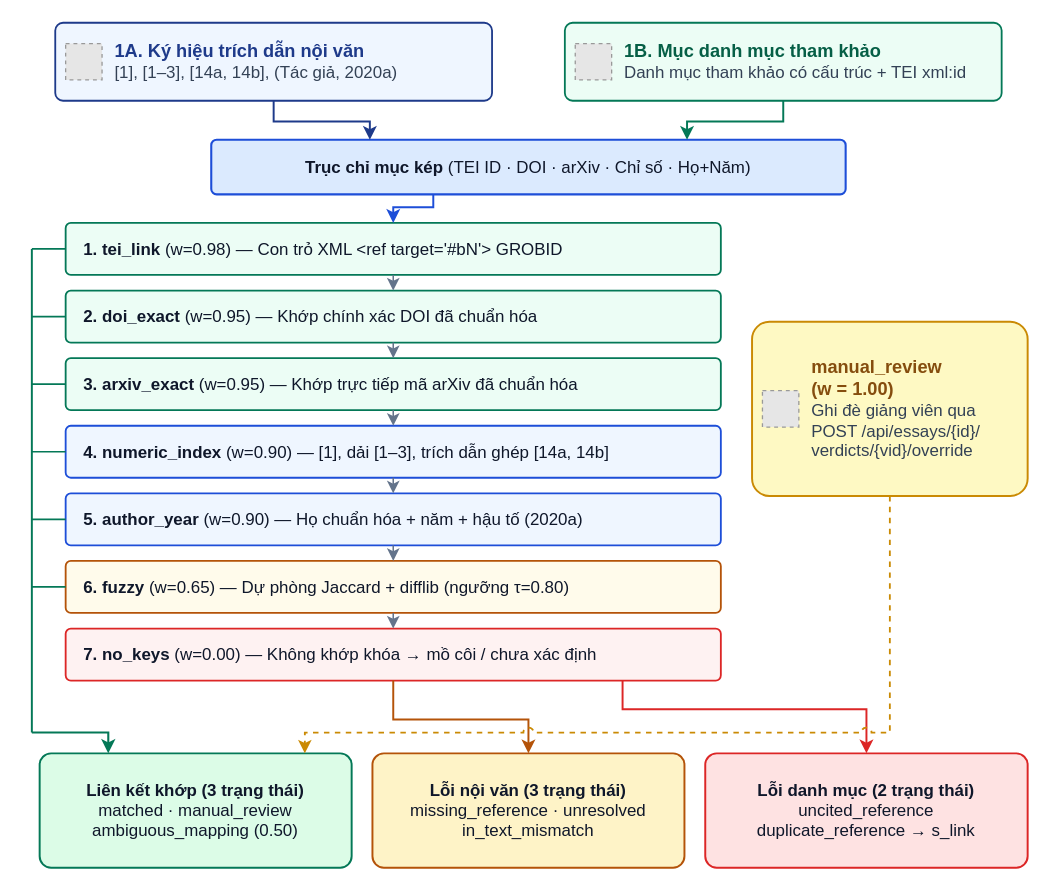
Before: page "fig4_3_linking" (8 of 12) of FinalReport_TDTU_VN/picture/figures/drawio/citra_thesis_diagrams.drawio in iannwendy/citra, a draw.io diagram. Source tidied: cells renumbered, new cells numbered last; positions are measured from the earlier drawing's top-left corner, leaving out a move shared by most shapes. Both pictures are drawn from the tidied source at 130%, with x=0, y=0 at pixel (31, 22). Pictures stored in the file or linked from it are replaced by grey dashed boxes.
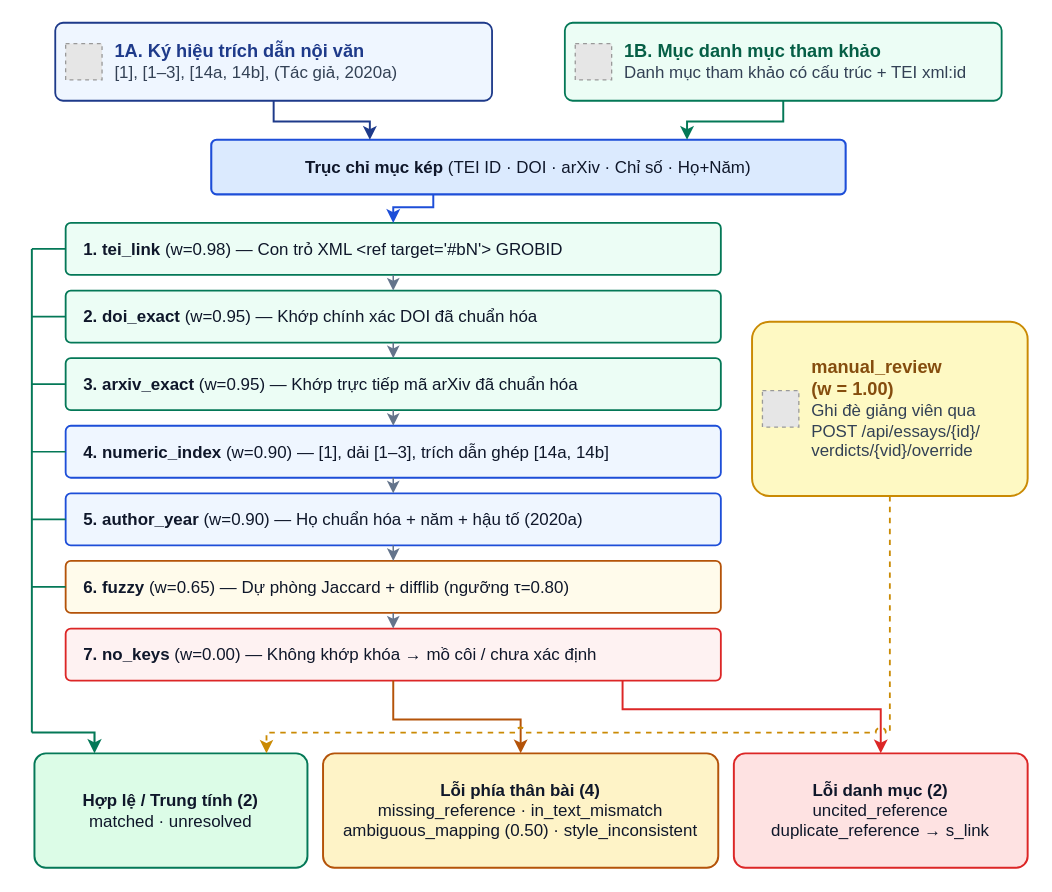
Above is the later version.

The change refers to these unchanged cells:
```xml
<mxCell id="21" value="&lt;b&gt;7. no_keys&lt;/b&gt; (w=0.00)  —  Không khớp khóa → mồ côi / chưa xác định" style="rounded=1;arcSize=10;whiteSpace=wrap;html=1;fillColor=#FEF2F2;strokeColor=#DC2626;strokeWidth=1.4;dashed=0;fontFamily=Helvetica;fontSize=13;fontColor=#0F172A;fontStyle=0;align=left;verticalAlign=middle;spacing=4;spacingLeft=10;" parent="1" vertex="1">
  <mxGeometry x="26" y="466" width="504" height="40" as="geometry" />
</mxCell>
<mxCell id="30" value="&lt;b&gt;&lt;font color='#854D0E' style='font-size:14px'&gt;manual_review&#10;(w = 1.00)&lt;/font&gt;&lt;/b&gt;&lt;br/&gt;&lt;font color='#334155' style='font-size:13px'&gt;Ghi đè giảng viên qua&lt;br/&gt;POST /api/essays/{id}/&lt;br/&gt;verdicts/{vid}/override&lt;/font&gt;" style="rounded=1;arcSize=10;whiteSpace=wrap;html=1;fillColor=#FEF9C3;strokeColor=#CA8A04;strokeWidth=1.5;dashed=0;fontFamily=Helvetica;fontSize=13;fontColor=#0F172A;fontStyle=0;align=left;verticalAlign=middle;spacing=4;spacingLeft=42;spacingRight=6;" parent="1" vertex="1">
  <mxGeometry x="554" y="230" width="212" height="134" as="geometry" />
</mxCell>
```

Change to the diagram source:
```diff
@@
-    <mxCell id="32" value="&lt;b&gt;Liên kết khớp (3 trạng thái)&lt;/b&gt;&lt;br/&gt;matched · manual_review&lt;br/&gt;ambiguous_mapping (0.50)" style="rounded=1;arcSize=10;whiteSpace=wrap;html=1;fillColor=#DCFCE7;strokeColor=#047857;strokeWidth=1.5;dashed=0;fontFamily=Helvetica;fontSize=13;fontColor=#0F172A;fontStyle=0;align=center;verticalAlign=middle;spacing=4;" parent="1" vertex="1">
-      <mxGeometry x="6" y="562" width="240" height="88" as="geometry" />
+    <mxCell id="32" value="&lt;b&gt;Hợp lệ / Trung tính (2)&lt;/b&gt;&lt;br/&gt;matched · unresolved" style="rounded=1;arcSize=10;whiteSpace=wrap;html=1;fillColor=#DCFCE7;strokeColor=#047857;strokeWidth=1.5;dashed=0;fontFamily=Helvetica;fontSize=13;fontColor=#0F172A;fontStyle=0;align=center;verticalAlign=middle;spacing=4;" parent="1" vertex="1">
+      <mxGeometry x="2" y="562" width="210" height="88" as="geometry" />
     </mxCell>
-    <mxCell id="33" value="&lt;b&gt;Lỗi nội văn (3 trạng thái)&lt;/b&gt;&lt;br/&gt;missing_reference · unresolved&lt;br/&gt;in_text_mismatch" style="rounded=1;arcSize=10;whiteSpace=wrap;html=1;fillColor=#FEF3C7;strokeColor=#B45309;strokeWidth=1.5;dashed=0;fontFamily=Helvetica;fontSize=13;fontColor=#0F172A;fontStyle=0;align=center;verticalAlign=middle;spacing=4;" parent="1" vertex="1">
-      <mxGeometry x="262" y="562" width="240" height="88" as="geometry" />
+    <mxCell id="33" value="&lt;b&gt;Lỗi phía thân bài (4)&lt;/b&gt;&lt;br/&gt;missing_reference · in_text_mismatch&lt;br/&gt;ambiguous_mapping (0.50) · style_inconsistent" style="rounded=1;arcSize=10;whiteSpace=wrap;html=1;fillColor=#FEF3C7;strokeColor=#B45309;strokeWidth=1.5;dashed=0;fontFamily=Helvetica;fontSize=13;fontColor=#0F172A;fontStyle=0;align=center;verticalAlign=middle;spacing=4;" parent="1" vertex="1">
+      <mxGeometry x="224" y="562" width="304" height="88" as="geometry" />
     </mxCell>
-    <mxCell id="34" value="&lt;b&gt;Lỗi danh mục (2 trạng thái)&lt;/b&gt;&lt;br/&gt;uncited_reference&lt;br/&gt;duplicate_reference → s_link" style="rounded=1;arcSize=10;whiteSpace=wrap;html=1;fillColor=#FEE2E2;strokeColor=#DC2626;strokeWidth=1.5;dashed=0;fontFamily=Helvetica;fontSize=13;fontColor=#0F172A;fontStyle=0;align=center;verticalAlign=middle;spacing=4;" parent="1" vertex="1">
-      <mxGeometry x="518" y="562" width="248" height="88" as="geometry" />
+    <mxCell id="34" value="&lt;b&gt;Lỗi danh mục (2)&lt;/b&gt;&lt;br/&gt;uncited_reference&lt;br/&gt;duplicate_reference → s_link" style="rounded=1;arcSize=10;whiteSpace=wrap;html=1;fillColor=#FEE2E2;strokeColor=#DC2626;strokeWidth=1.5;dashed=0;fontFamily=Helvetica;fontSize=13;fontColor=#0F172A;fontStyle=0;align=center;verticalAlign=middle;spacing=4;" parent="1" vertex="1">
+      <mxGeometry x="540" y="562" width="226" height="88" as="geometry" />
     </mxCell>
     <mxCell id="35" style="strokeColor=#047857;strokeWidth=1.6;dashed=0;endArrow=classic;endFill=1;startArrow=none;startFill=0;fontFamily=Helvetica;fontSize=13;fontColor=#0F172A;fontStyle=0;html=1;rounded=0;edgeStyle=orthogonalEdgeStyle;jumpStyle=arc;jumpSize=7;entryX=0.22;entryY=0;" parent="1" edge="1" target="32">
       <mxGeometry relative="1" as="geometry">
         <mxPoint y="546" as="sourcePoint" />
         <Array as="points">
-          <mxPoint x="59" y="546" />
+          <mxPoint x="48" y="546" />
         </Array>
       </mxGeometry>
     </mxCell>
     <mxCell id="36" style="strokeColor=#B45309;strokeWidth=1.5;dashed=0;endArrow=classic;endFill=1;startArrow=none;startFill=0;fontFamily=Helvetica;fontSize=13;fontColor=#0F172A;fontStyle=0;html=1;rounded=0;edgeStyle=orthogonalEdgeStyle;jumpStyle=arc;jumpSize=7;exitX=0.5;exitY=1;entryX=0.5;entryY=0;" parent="1" edge="1" source="21" target="33">
       <mxGeometry relative="1" as="geometry">
         <Array as="points">
           <mxPoint x="278" y="536" />
-          <mxPoint x="382" y="536" />
+          <mxPoint x="376" y="536" />
         </Array>
       </mxGeometry>
     </mxCell>
     <mxCell id="37" style="strokeColor=#DC2626;strokeWidth=1.5;dashed=0;endArrow=classic;endFill=1;startArrow=none;startFill=0;fontFamily=Helvetica;fontSize=13;fontColor=#0F172A;fontStyle=0;html=1;rounded=0;edgeStyle=orthogonalEdgeStyle;jumpStyle=arc;jumpSize=7;exitX=0.85;exitY=1;entryX=0.5;entryY=0;" parent="1" edge="1" source="21" target="34">
       <mxGeometry relative="1" as="geometry">
         <Array as="points">
           <mxPoint x="454" y="528" />
-          <mxPoint x="642" y="528" />
+          <mxPoint x="653" y="528" />
         </Array>
       </mxGeometry>
     </mxCell>
     <mxCell id="38" style="strokeColor=#CA8A04;strokeWidth=1.4;dashed=1;endArrow=classic;endFill=1;startArrow=none;startFill=0;fontFamily=Helvetica;fontSize=13;fontColor=#0F172A;fontStyle=0;html=1;rounded=0;edgeStyle=orthogonalEdgeStyle;jumpStyle=arc;jumpSize=7;exitX=0.5;exitY=1;entryX=0.85;entryY=0;" parent="1" edge="1" source="30" target="32">
       <mxGeometry relative="1" as="geometry">
         <Array as="points">
           <mxPoint x="660" y="546" />
-          <mxPoint x="210" y="546" />
+          <mxPoint x="181" y="546" />
         </Array>
       </mxGeometry>
     </mxCell>
```
